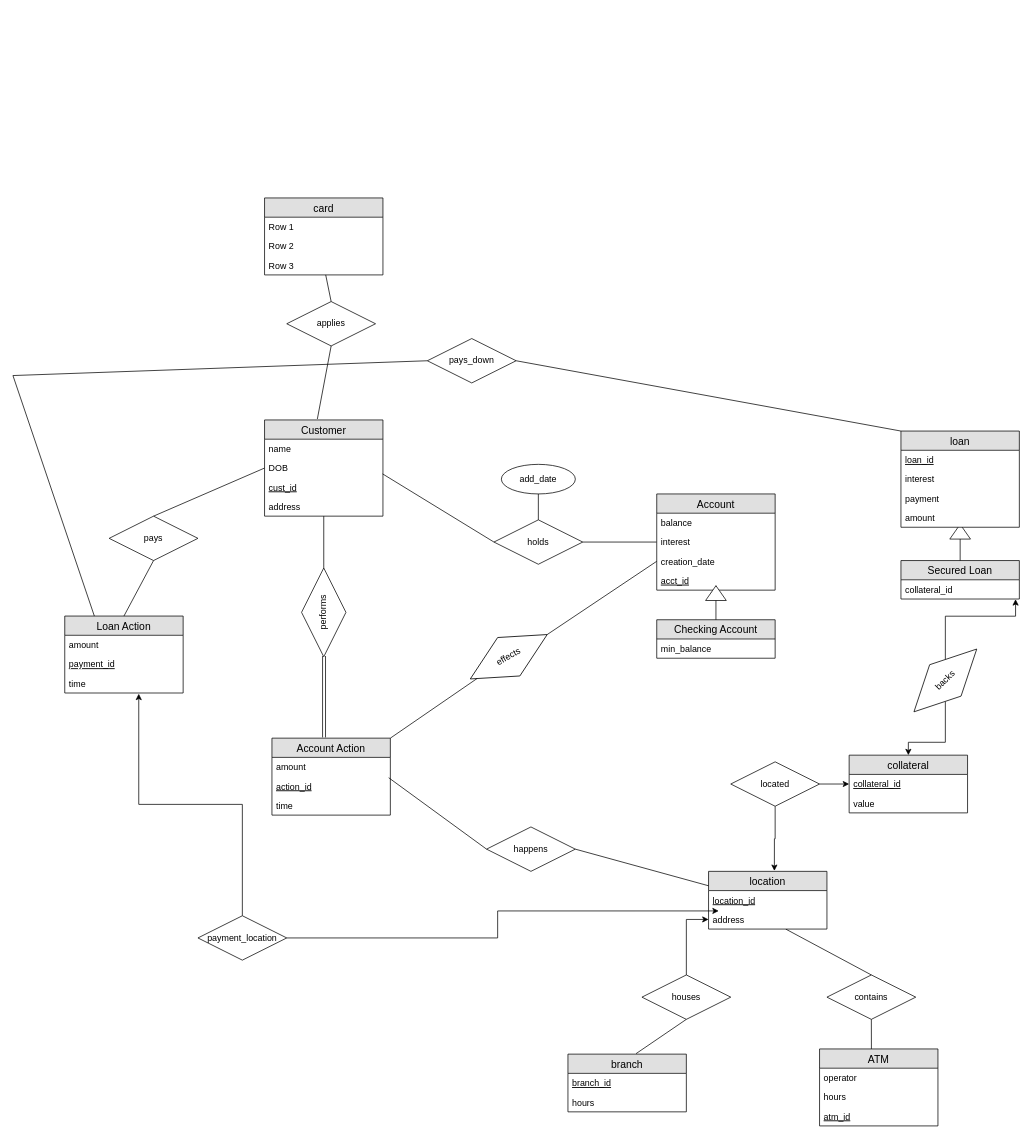
Before: cse341-new.drawio in codyben/cse341-final-proj, a draw.io diagram. Source tidied: cells renumbered, new cells numbered last; positions are measured from the earlier drawing's top-left corner, leaving out a move shared by most shapes. Both pictures are drawn from the tidied source at 74%, with x=0, y=0 at pixel (13, 198).
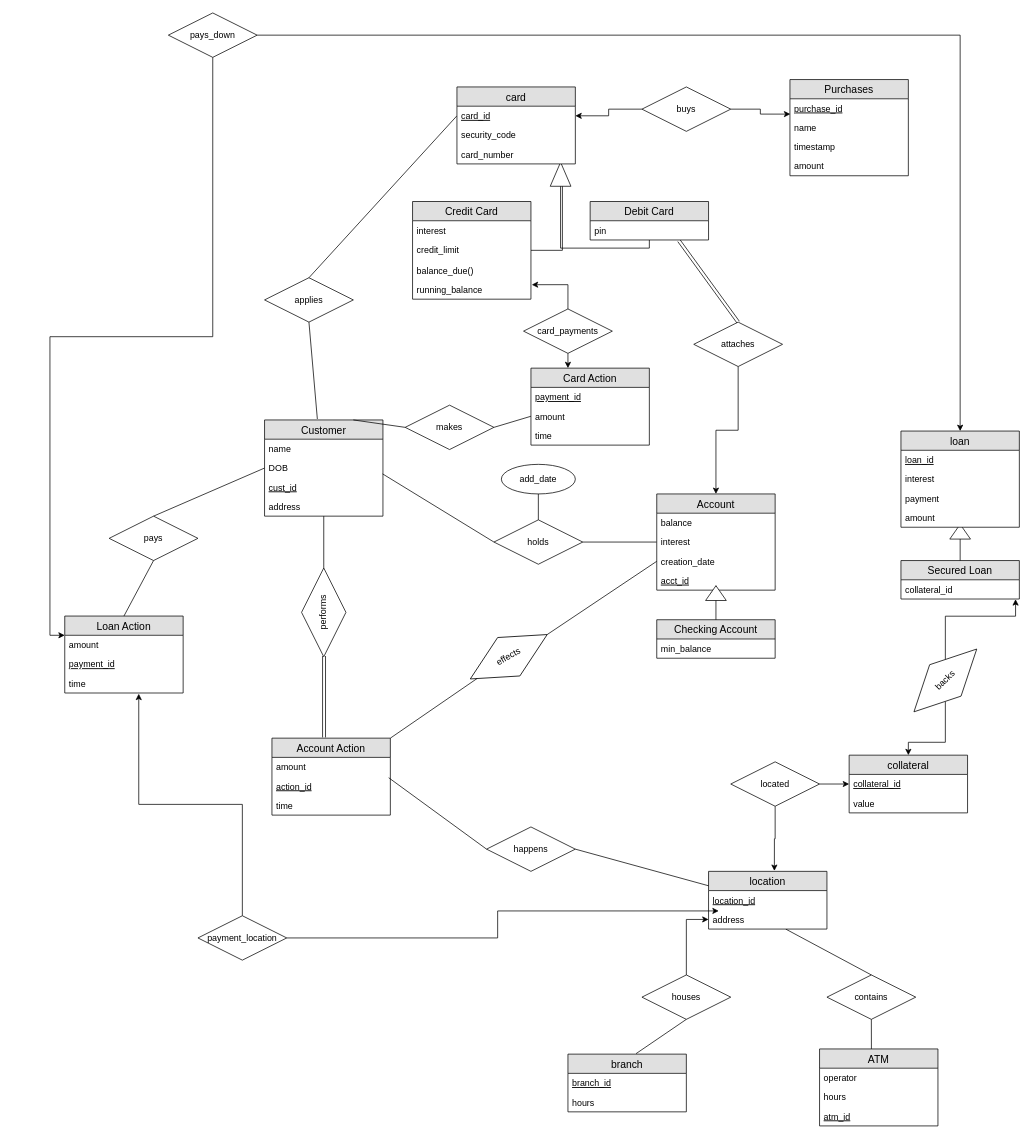
Above is the later version.

Unchanged cells that the change refers to:
```xml
<mxCell id="2" value="Customer" style="swimlane;fontStyle=0;horizontal=1;startSize=26;fillColor=#e0e0e0;swimlaneFillColor=#ffffff;align=center;fontSize=14;" parent="1" vertex="1">
  <mxGeometry x="340" y="300" width="160" height="130" as="geometry" />
</mxCell>
<mxCell id="12" value="Account" style="swimlane;fontStyle=0;horizontal=1;startSize=26;fillColor=#e0e0e0;swimlaneFillColor=#ffffff;align=center;fontSize=14;" parent="1" vertex="1">
  <mxGeometry x="870" y="400" width="160" height="130" as="geometry" />
</mxCell>
<mxCell id="45" value="loan" style="swimlane;fontStyle=0;horizontal=1;startSize=26;fillColor=#e0e0e0;swimlaneFillColor=#ffffff;align=center;fontSize=14;" parent="1" vertex="1">
  <mxGeometry x="1200" y="315" width="160" height="130" as="geometry" />
</mxCell>
<mxCell id="69" value="Loan Action" style="swimlane;fontStyle=0;horizontal=1;startSize=26;fillColor=#e0e0e0;swimlaneFillColor=#ffffff;align=center;fontSize=14;" parent="1" vertex="1">
  <mxGeometry x="70" y="565" width="160" height="104" as="geometry" />
</mxCell>
```

Diff of the diagram source:
```diff
@@
+    <mxCell id="89" style="edgeStyle=orthogonalEdgeStyle;rounded=0;jettySize=auto;html=1;entryX=0.718;entryY=0.588;entryDx=0;entryDy=0;entryPerimeter=0;" parent="1" edge="1" source="96" target="92">
+      <mxGeometry relative="1" as="geometry" />
+    </mxCell>
+    <mxCell id="90" style="edgeStyle=orthogonalEdgeStyle;rounded=0;jettySize=auto;html=1;entryX=0.5;entryY=0;entryDx=0;entryDy=0;" parent="1" edge="1" source="101" target="92">
+      <mxGeometry relative="1" as="geometry">
+        <Array as="points">
+          <mxPoint x="740" y="67.8" />
+          <mxPoint x="740" y="-32.2" />
+        </Array>
+      </mxGeometry>
+    </mxCell>
@@
+    <mxCell id="91" style="edgeStyle=orthogonalEdgeStyle;rounded=0;jettySize=auto;html=1;entryX=0;entryY=0.25;entryDx=0;entryDy=0;" parent="1" edge="1" source="79" target="69">
+      <mxGeometry relative="1" as="geometry" />
+    </mxCell>
+    <mxCell id="81" style="edgeStyle=orthogonalEdgeStyle;rounded=0;jettySize=auto;html=1;entryX=0.5;entryY=0;entryDx=0;entryDy=0;" parent="1" edge="1" source="79" target="45">
+      <mxGeometry relative="1" as="geometry" />
+    </mxCell>
     <mxCell id="79" value="pays_down" style="shape=rhombus;perimeter=rhombusPerimeter;whiteSpace=wrap;html=1;align=center;" parent="1" vertex="1">
-      <mxGeometry x="560" y="190" width="120" height="60" as="geometry" />
+      <mxGeometry x="210" y="-250" width="120" height="60" as="geometry" />
     </mxCell>
-    <mxCell id="80" style="endArrow=none;html=1;rounded=0;exitX=0.25;exitY=0;exitDx=0;exitDy=0;entryX=0;entryY=0.5;entryDx=0;entryDy=0;" parent="1" edge="1" source="69" target="79">
-      <mxGeometry relative="1" as="geometry">
-        <Array as="points">
-          <mxPoint y="240" />
-        </Array>
-      </mxGeometry>
-    </mxCell>
-    <mxCell id="81" style="endArrow=none;html=1;rounded=0;exitX=1;exitY=0.5;exitDx=0;exitDy=0;entryX=0;entryY=0;entryDx=0;entryDy=0;" parent="1" edge="1" source="79" target="45">
-      <mxGeometry relative="1" as="geometry" />
-    </mxCell>
+    <mxCell id="86" value="applies" style="shape=rhombus;perimeter=rhombusPerimeter;whiteSpace=wrap;html=1;align=center;" parent="1" vertex="1">
+      <mxGeometry x="340" y="107.8" width="120" height="60" as="geometry" />
+    </mxCell>
+    <mxCell id="87" style="endArrow=none;html=1;rounded=0;exitX=0.446;exitY=-0.01;exitDx=0;exitDy=0;exitPerimeter=0;entryX=0.5;entryY=1;entryDx=0;entryDy=0;" parent="1" edge="1" source="2" target="86">
+      <mxGeometry relative="1" as="geometry" />
+    </mxCell>
+    <mxCell id="88" style="endArrow=none;html=1;rounded=0;exitX=0.5;exitY=0;exitDx=0;exitDy=0;entryX=0;entryY=0.5;entryDx=0;entryDy=0;" parent="1" edge="1" source="86" target="83">
+      <mxGeometry relative="1" as="geometry" />
+    </mxCell>
+    <mxCell id="92" style="triangle;whiteSpace=wrap;html=1;rotation=-90;" parent="1" vertex="1">
+      <mxGeometry x="723.8" y="-46" width="32.5" height="28" as="geometry" />
+    </mxCell>
+    <mxCell id="93" style="edgeStyle=orthogonalEdgeStyle;rounded=0;jettySize=auto;html=1;" parent="1" edge="1" source="94" target="12">
+      <mxGeometry relative="1" as="geometry" />
+    </mxCell>
+    <mxCell id="94" value="attaches" style="shape=rhombus;perimeter=rhombusPerimeter;whiteSpace=wrap;html=1;align=center;" parent="1" vertex="1">
+      <mxGeometry x="920" y="167.8" width="120" height="60" as="geometry" />
+    </mxCell>
+    <mxCell id="95" style="shape=link;html=1;entryX=0.75;entryY=1.038;entryDx=0;entryDy=0;entryPerimeter=0;exitX=0.5;exitY=0;exitDx=0;exitDy=0;" parent="1" edge="1" source="94" target="102">
+      <mxGeometry relative="1" as="geometry" />
+    </mxCell>
     <mxCell id="82" value="card" style="swimlane;fontStyle=0;horizontal=1;startSize=26;fillColor=#e0e0e0;swimlaneFillColor=#ffffff;align=center;fontSize=14;" parent="1" vertex="1">
-      <mxGeometry x="340" width="160" height="104" as="geometry" />
+      <mxGeometry x="600" y="-150" width="160" height="104" as="geometry" />
     </mxCell>
-    <mxCell id="83" value="Row 1" style="text;strokeColor=none;fillColor=none;spacingLeft=4;spacingRight=4;overflow=hidden;points=[[0,0.5],[1,0.5]];portConstraint=eastwest;fontSize=12;" parent="82" vertex="1">
+    <mxCell id="83" value="card_id" style="text;strokeColor=none;fillColor=none;spacingLeft=4;spacingRight=4;overflow=hidden;points=[[0,0.5],[1,0.5]];portConstraint=eastwest;fontSize=12;fontStyle=4;" parent="82" vertex="1">
       <mxGeometry y="26" width="160" height="26" as="geometry" />
     </mxCell>
-    <mxCell id="84" value="Row 2" style="text;strokeColor=none;fillColor=none;spacingLeft=4;spacingRight=4;overflow=hidden;fontSize=12;" parent="82" vertex="1">
+    <mxCell id="84" value="security_code" style="text;strokeColor=none;fillColor=none;spacingLeft=4;spacingRight=4;overflow=hidden;fontSize=12;" parent="82" vertex="1">
       <mxGeometry y="52" width="160" height="26" as="geometry" />
     </mxCell>
-    <mxCell id="85" value="Row 3" style="text;strokeColor=none;fillColor=none;spacingLeft=4;spacingRight=4;overflow=hidden;points=[[0,0.5],[1,0.5]];portConstraint=eastwest;fontSize=12;" parent="82" vertex="1">
+    <mxCell id="85" value="card_number" style="text;strokeColor=none;fillColor=none;spacingLeft=4;spacingRight=4;overflow=hidden;points=[[0,0.5],[1,0.5]];portConstraint=eastwest;fontSize=12;" parent="82" vertex="1">
       <mxGeometry y="78" width="160" height="26" as="geometry" />
     </mxCell>
-    <mxCell id="86" value="applies" style="shape=rhombus;perimeter=rhombusPerimeter;whiteSpace=wrap;html=1;align=center;" parent="1" vertex="1">
-      <mxGeometry x="370" y="140" width="120" height="60" as="geometry" />
-    </mxCell>
-    <mxCell id="87" style="endArrow=none;html=1;rounded=0;exitX=0.446;exitY=-0.01;exitDx=0;exitDy=0;exitPerimeter=0;entryX=0.5;entryY=1;entryDx=0;entryDy=0;" parent="1" edge="1" source="2" target="86">
-      <mxGeometry relative="1" as="geometry" />
-    </mxCell>
-    <mxCell id="88" style="endArrow=none;html=1;rounded=0;exitX=0.5;exitY=0;exitDx=0;exitDy=0;" parent="1" edge="1" source="86" target="85">
-      <mxGeometry relative="1" as="geometry" />
-    </mxCell>
+    <mxCell id="96" value="Credit Card" style="swimlane;fontStyle=0;horizontal=1;startSize=26;fillColor=#e0e0e0;swimlaneFillColor=#ffffff;align=center;fontSize=14;" parent="1" vertex="1">
+      <mxGeometry x="540" y="4.8" width="160" height="132" as="geometry" />
+    </mxCell>
+    <mxCell id="97" value="interest" style="text;strokeColor=none;fillColor=none;spacingLeft=4;spacingRight=4;overflow=hidden;fontSize=12;" parent="96" vertex="1">
+      <mxGeometry y="26" width="160" height="26" as="geometry" />
+    </mxCell>
+    <mxCell id="98" value="credit_limit" style="text;strokeColor=none;fillColor=none;spacingLeft=4;spacingRight=4;overflow=hidden;fontSize=12;" parent="96" vertex="1">
+      <mxGeometry y="52" width="160" height="28" as="geometry" />
+    </mxCell>
+    <mxCell id="99" value="balance_due()" style="text;strokeColor=none;fillColor=none;spacingLeft=4;spacingRight=4;overflow=hidden;fontSize=12;" parent="96" vertex="1">
+      <mxGeometry y="80" width="160" height="26" as="geometry" />
+    </mxCell>
+    <mxCell id="100" value="running_balance" style="text;strokeColor=none;fillColor=none;spacingLeft=4;spacingRight=4;overflow=hidden;points=[[0,0.5],[1,0.5]];portConstraint=eastwest;fontSize=12;" parent="96" vertex="1">
+      <mxGeometry y="106" width="160" height="26" as="geometry" />
+    </mxCell>
+    <mxCell id="101" value="Debit Card" style="swimlane;fontStyle=0;horizontal=1;startSize=26;fillColor=#e0e0e0;swimlaneFillColor=#ffffff;align=center;fontSize=14;" parent="1" vertex="1">
+      <mxGeometry x="780" y="4.8" width="160" height="52" as="geometry" />
+    </mxCell>
+    <mxCell id="102" value="pin" style="text;strokeColor=none;fillColor=none;spacingLeft=4;spacingRight=4;overflow=hidden;points=[[0,0.5],[1,0.5]];portConstraint=eastwest;fontSize=12;" parent="101" vertex="1">
+      <mxGeometry y="26" width="160" height="26" as="geometry" />
+    </mxCell>
+    <mxCell id="103" value="makes" style="shape=rhombus;perimeter=rhombusPerimeter;whiteSpace=wrap;html=1;align=center;" parent="1" vertex="1">
+      <mxGeometry x="530" y="280" width="120" height="60" as="geometry" />
+    </mxCell>
+    <mxCell id="104" style="endArrow=none;html=1;rounded=0;exitX=0.75;exitY=0;exitDx=0;exitDy=0;entryX=0;entryY=0.5;entryDx=0;entryDy=0;" parent="1" edge="1" source="2" target="103">
+      <mxGeometry relative="1" as="geometry" />
+    </mxCell>
+    <mxCell id="105" style="endArrow=none;html=1;rounded=0;exitX=1;exitY=0.5;exitDx=0;exitDy=0;entryX=0;entryY=0.5;entryDx=0;entryDy=0;" parent="1" edge="1" source="103" target="108">
+      <mxGeometry relative="1" as="geometry" />
+    </mxCell>
+    <mxCell id="106" value="Card Action" style="swimlane;fontStyle=0;horizontal=1;startSize=26;fillColor=#e0e0e0;swimlaneFillColor=#ffffff;align=center;fontSize=14;" parent="1" vertex="1">
+      <mxGeometry x="700" y="230" width="160" height="104" as="geometry" />
+    </mxCell>
+    <mxCell id="107" value="payment_id" style="text;strokeColor=none;fillColor=none;spacingLeft=4;spacingRight=4;overflow=hidden;fontSize=12;fontStyle=4;" parent="106" vertex="1">
+      <mxGeometry y="26" width="160" height="26" as="geometry" />
+    </mxCell>
+    <mxCell id="108" value="amount" style="text;strokeColor=none;fillColor=none;spacingLeft=4;spacingRight=4;overflow=hidden;points=[[0,0.5],[1,0.5]];portConstraint=eastwest;fontSize=12;" parent="106" vertex="1">
+      <mxGeometry y="52" width="160" height="26" as="geometry" />
+    </mxCell>
+    <mxCell id="109" value="time" style="text;strokeColor=none;fillColor=none;spacingLeft=4;spacingRight=4;overflow=hidden;fontSize=12;" parent="106" vertex="1">
+      <mxGeometry y="78" width="160" height="26" as="geometry" />
+    </mxCell>
+    <mxCell id="110" style="edgeStyle=orthogonalEdgeStyle;rounded=0;jettySize=auto;html=1;entryX=1.007;entryY=0.247;entryDx=0;entryDy=0;entryPerimeter=0;" parent="1" edge="1" source="112" target="100">
+      <mxGeometry relative="1" as="geometry" />
+    </mxCell>
+    <mxCell id="111" style="edgeStyle=orthogonalEdgeStyle;rounded=0;jettySize=auto;html=1;entryX=0.313;entryY=0;entryDx=0;entryDy=0;entryPerimeter=0;" parent="1" edge="1" source="112" target="106">
+      <mxGeometry relative="1" as="geometry" />
+    </mxCell>
+    <mxCell id="112" value="card_payments" style="shape=rhombus;perimeter=rhombusPerimeter;whiteSpace=wrap;html=1;align=center;" parent="1" vertex="1">
+      <mxGeometry x="690" y="150" width="120" height="60" as="geometry" />
+    </mxCell>
+    <mxCell id="113" value="Purchases" style="swimlane;fontStyle=0;horizontal=1;startSize=26;fillColor=#e0e0e0;swimlaneFillColor=#ffffff;align=center;fontSize=14;" parent="1" vertex="1">
+      <mxGeometry x="1050" y="-160" width="160" height="130" as="geometry" />
+    </mxCell>
+    <mxCell id="114" value="purchase_id" style="text;strokeColor=none;fillColor=none;spacingLeft=4;spacingRight=4;overflow=hidden;fontSize=12;fontStyle=4;" parent="113" vertex="1">
+      <mxGeometry y="26" width="160" height="26" as="geometry" />
+    </mxCell>
+    <mxCell id="115" value="name" style="text;strokeColor=none;fillColor=none;spacingLeft=4;spacingRight=4;overflow=hidden;points=[[0,0.5],[1,0.5]];portConstraint=eastwest;fontSize=12;" parent="113" vertex="1">
+      <mxGeometry y="52" width="160" height="26" as="geometry" />
+    </mxCell>
+    <mxCell id="116" value="timestamp" style="text;strokeColor=none;fillColor=none;spacingLeft=4;spacingRight=4;overflow=hidden;fontSize=12;" parent="113" vertex="1">
+      <mxGeometry y="78" width="160" height="26" as="geometry" />
+    </mxCell>
+    <mxCell id="117" value="amount" style="text;strokeColor=none;fillColor=none;spacingLeft=4;spacingRight=4;overflow=hidden;fontSize=12;" parent="113" vertex="1">
+      <mxGeometry y="104" width="160" height="26" as="geometry" />
+    </mxCell>
+    <mxCell id="118" style="edgeStyle=orthogonalEdgeStyle;rounded=0;jettySize=auto;html=1;" parent="1" edge="1" source="120" target="83">
+      <mxGeometry relative="1" as="geometry" />
+    </mxCell>
+    <mxCell id="119" style="edgeStyle=orthogonalEdgeStyle;rounded=0;jettySize=auto;html=1;entryX=0.003;entryY=-0.203;entryDx=0;entryDy=0;entryPerimeter=0;" parent="1" edge="1" source="120" target="115">
+      <mxGeometry relative="1" as="geometry" />
+    </mxCell>
+    <mxCell id="120" value="buys" style="shape=rhombus;perimeter=rhombusPerimeter;whiteSpace=wrap;html=1;align=center;" parent="1" vertex="1">
+      <mxGeometry x="850" y="-150" width="120" height="60" as="geometry" />
+    </mxCell>
```
